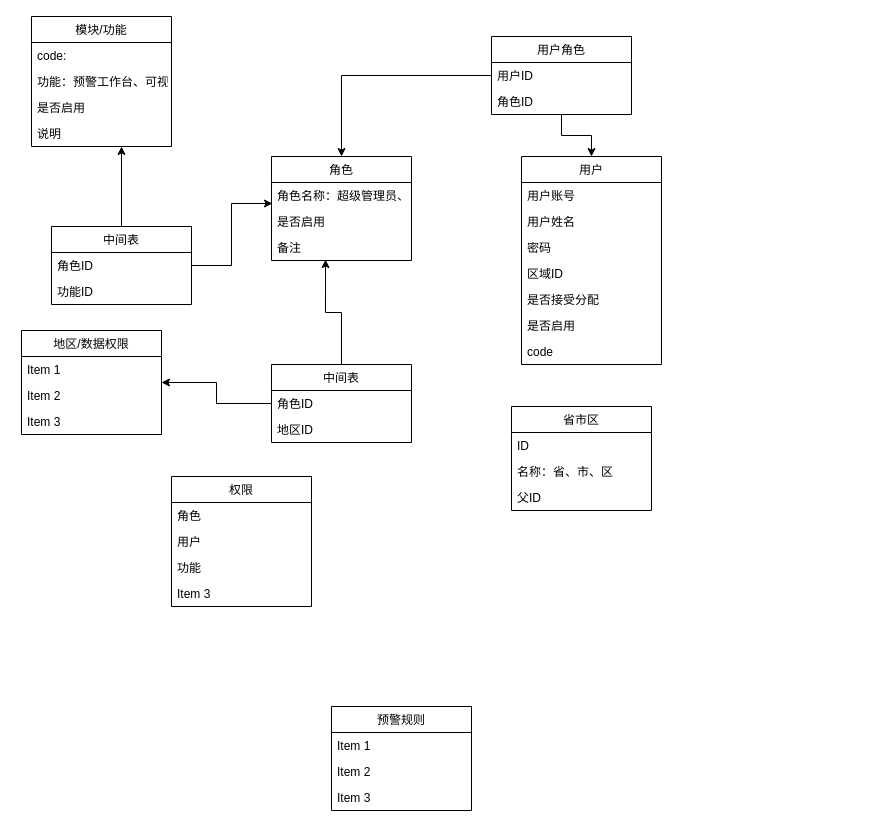
The draw.io diagram Untitled Diagram.drawio in n78www/testRepository, before the edit. Source tidied: cells renumbered, new cells numbered last; positions are measured from the earlier drawing's top-left corner, leaving out a move shared by most shapes. Both pictures are drawn from the tidied source at 100%, with x=0, y=0 at pixel (21, 16).
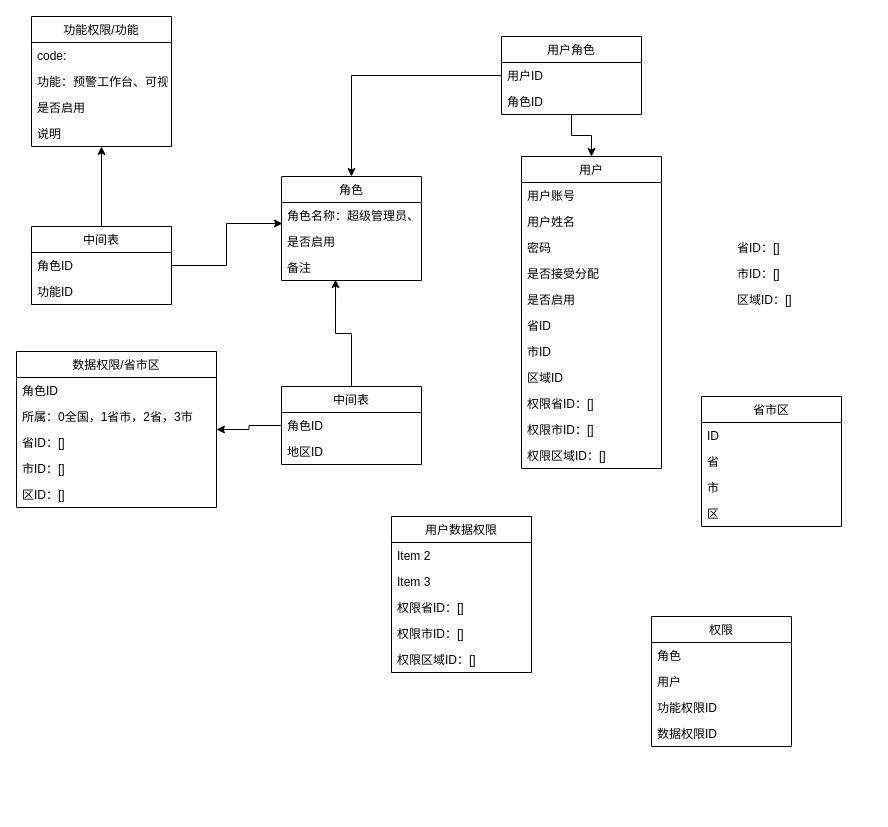
After the change.

What changed in the source:
```diff
@@
     <mxCell id="4" value="用户角色" style="swimlane;fontStyle=0;horizontal=1;startSize=26;" parent="1" vertex="1">
-      <mxGeometry x="470" y="20" width="140" height="78" as="geometry" />
+      <mxGeometry x="480" y="20" width="140" height="78" as="geometry" />
     </mxCell>
@@
     <mxCell id="7" value="用户" style="swimlane;fontStyle=0;horizontal=1;startSize=26;" parent="1" vertex="1">
-      <mxGeometry x="500" y="140" width="140" height="208" as="geometry" />
+      <mxGeometry x="500" y="140" width="140" height="312" as="geometry" />
     </mxCell>
@@
-    <mxCell id="11" value="区域ID" style="text;strokeColor=none;fillColor=none;align=left;verticalAlign=top;spacingLeft=4;spacingRight=4;overflow=hidden;" parent="7" vertex="1">
-      <mxGeometry y="104" width="140" height="26" as="geometry" />
-    </mxCell>
     <mxCell id="12" value="是否接受分配" style="text;strokeColor=none;fillColor=none;align=left;verticalAlign=top;spacingLeft=4;spacingRight=4;overflow=hidden;" parent="7" vertex="1">
-      <mxGeometry y="130" width="140" height="26" as="geometry" />
+      <mxGeometry y="104" width="140" height="26" as="geometry" />
     </mxCell>
     <mxCell id="13" value="是否启用" style="text;strokeColor=none;fillColor=none;align=left;verticalAlign=top;spacingLeft=4;spacingRight=4;overflow=hidden;" parent="7" vertex="1">
-      <mxGeometry y="156" width="140" height="26" as="geometry" />
+      <mxGeometry y="130" width="140" height="26" as="geometry" />
     </mxCell>
-    <mxCell id="14" value="code" style="text;strokeColor=none;fillColor=none;align=left;verticalAlign=top;spacingLeft=4;spacingRight=4;overflow=hidden;" parent="7" vertex="1">
-      <mxGeometry y="182" width="140" height="26" as="geometry" />
-    </mxCell>
+    <mxCell id="51" value="省ID" style="text;strokeColor=none;fillColor=none;align=left;verticalAlign=top;spacingLeft=4;spacingRight=4;overflow=hidden;" parent="7" vertex="1">
+      <mxGeometry y="156" width="140" height="26" as="geometry" />
+    </mxCell>
+    <mxCell id="52" value="市ID" style="text;strokeColor=none;fillColor=none;align=left;verticalAlign=top;spacingLeft=4;spacingRight=4;overflow=hidden;" parent="7" vertex="1">
+      <mxGeometry y="182" width="140" height="26" as="geometry" />
+    </mxCell>
+    <mxCell id="53" value="区域ID" style="text;strokeColor=none;fillColor=none;align=left;verticalAlign=top;spacingLeft=4;spacingRight=4;overflow=hidden;" parent="7" vertex="1">
+      <mxGeometry y="208" width="140" height="26" as="geometry" />
+    </mxCell>
+    <mxCell id="54" value="权限省ID：[]" style="text;strokeColor=none;fillColor=none;align=left;verticalAlign=top;spacingLeft=4;spacingRight=4;overflow=hidden;" parent="7" vertex="1">
+      <mxGeometry y="234" width="140" height="26" as="geometry" />
+    </mxCell>
+    <mxCell id="55" value="权限市ID：[]" style="text;strokeColor=none;fillColor=none;align=left;verticalAlign=top;spacingLeft=4;spacingRight=4;overflow=hidden;" parent="7" vertex="1">
+      <mxGeometry y="260" width="140" height="26" as="geometry" />
+    </mxCell>
+    <mxCell id="11" value="权限区域ID：[]" style="text;strokeColor=none;fillColor=none;align=left;verticalAlign=top;spacingLeft=4;spacingRight=4;overflow=hidden;" parent="7" vertex="1">
+      <mxGeometry y="286" width="140" height="26" as="geometry" />
+    </mxCell>
-    <mxCell id="15" value="地区/数据权限" style="swimlane;fontStyle=0;horizontal=1;startSize=26;" parent="1" vertex="1">
-      <mxGeometry y="314" width="140" height="104" as="geometry" />
+    <mxCell id="15" value="数据权限/省市区" style="swimlane;fontStyle=0;horizontal=1;startSize=26;" parent="1" vertex="1">
+      <mxGeometry x="-5" y="335" width="200" height="156" as="geometry" />
     </mxCell>
-    <mxCell id="16" value="Item 1" style="text;strokeColor=none;fillColor=none;align=left;verticalAlign=top;spacingLeft=4;spacingRight=4;overflow=hidden;" parent="15" vertex="1">
-      <mxGeometry y="26" width="140" height="26" as="geometry" />
+    <mxCell id="16" value="角色ID" style="text;strokeColor=none;fillColor=none;align=left;verticalAlign=top;spacingLeft=4;spacingRight=4;overflow=hidden;" parent="15" vertex="1">
+      <mxGeometry y="26" width="200" height="26" as="geometry" />
     </mxCell>
-    <mxCell id="17" value="Item 2" style="text;strokeColor=none;fillColor=none;align=left;verticalAlign=top;spacingLeft=4;spacingRight=4;overflow=hidden;" parent="15" vertex="1">
-      <mxGeometry y="52" width="140" height="26" as="geometry" />
+    <mxCell id="17" value="所属：0全国，1省市，2省，3市" style="text;strokeColor=none;fillColor=none;align=left;verticalAlign=top;spacingLeft=4;spacingRight=4;overflow=hidden;" parent="15" vertex="1">
+      <mxGeometry y="52" width="200" height="26" as="geometry" />
     </mxCell>
-    <mxCell id="18" value="Item 3" style="text;strokeColor=none;fillColor=none;align=left;verticalAlign=top;spacingLeft=4;spacingRight=4;overflow=hidden;" parent="15" vertex="1">
-      <mxGeometry y="78" width="140" height="26" as="geometry" />
-    </mxCell>
-    <mxCell id="19" value="预警规则" style="swimlane;fontStyle=0;horizontal=1;startSize=26;fillColor=none;" parent="1" vertex="1">
-      <mxGeometry x="310" y="690" width="140" height="104" as="geometry" />
-    </mxCell>
-    <mxCell id="20" value="Item 1" style="text;strokeColor=none;fillColor=none;align=left;verticalAlign=top;spacingLeft=4;spacingRight=4;overflow=hidden;" parent="19" vertex="1">
-      <mxGeometry y="26" width="140" height="26" as="geometry" />
-    </mxCell>
-    <mxCell id="21" value="Item 2" style="text;strokeColor=none;fillColor=none;align=left;verticalAlign=top;spacingLeft=4;spacingRight=4;overflow=hidden;" parent="19" vertex="1">
-      <mxGeometry y="52" width="140" height="26" as="geometry" />
-    </mxCell>
-    <mxCell id="22" value="Item 3" style="text;strokeColor=none;fillColor=none;align=left;verticalAlign=top;spacingLeft=4;spacingRight=4;overflow=hidden;" parent="19" vertex="1">
-      <mxGeometry y="78" width="140" height="26" as="geometry" />
-    </mxCell>
+    <mxCell id="56" value="省ID：[]" style="text;strokeColor=none;fillColor=none;align=left;verticalAlign=top;spacingLeft=4;spacingRight=4;overflow=hidden;" parent="15" vertex="1">
+      <mxGeometry y="78" width="200" height="26" as="geometry" />
+    </mxCell>
+    <mxCell id="57" value="市ID：[]" style="text;strokeColor=none;fillColor=none;align=left;verticalAlign=top;spacingLeft=4;spacingRight=4;overflow=hidden;" parent="15" vertex="1">
+      <mxGeometry y="104" width="200" height="26" as="geometry" />
+    </mxCell>
+    <mxCell id="58" value="区ID：[]" style="text;strokeColor=none;fillColor=none;align=left;verticalAlign=top;spacingLeft=4;spacingRight=4;overflow=hidden;" parent="15" vertex="1">
+      <mxGeometry y="130" width="200" height="26" as="geometry" />
+    </mxCell>
@@
     <mxCell id="24" value="角色" style="swimlane;fontStyle=0;horizontal=1;startSize=26;" parent="1" vertex="1">
-      <mxGeometry x="250" y="140" width="140" height="104" as="geometry" />
+      <mxGeometry x="260" y="160" width="140" height="104" as="geometry" />
     </mxCell>
@@
-    <mxCell id="28" value="模块/功能" style="swimlane;fontStyle=0;horizontal=1;startSize=26;" parent="1" vertex="1">
+    <mxCell id="28" value="功能权限/功能" style="swimlane;fontStyle=0;horizontal=1;startSize=26;" parent="1" vertex="1">
       <mxGeometry x="10" width="140" height="130" as="geometry" />
     </mxCell>
@@
     <mxCell id="33" value="省市区" style="swimlane;fontStyle=0;horizontal=1;startSize=26;fillColor=none;" parent="1" vertex="1">
-      <mxGeometry x="490" y="390" width="140" height="104" as="geometry" />
+      <mxGeometry x="680" y="380" width="140" height="130" as="geometry" />
     </mxCell>
@@
-    <mxCell id="35" value="名称：省、市、区" style="text;strokeColor=none;fillColor=none;align=left;verticalAlign=top;spacingLeft=4;spacingRight=4;overflow=hidden;" parent="33" vertex="1">
-      <mxGeometry y="52" width="140" height="26" as="geometry" />
-    </mxCell>
-    <mxCell id="36" value="父ID" style="text;strokeColor=none;fillColor=none;align=left;verticalAlign=top;spacingLeft=4;spacingRight=4;overflow=hidden;" parent="33" vertex="1">
-      <mxGeometry y="78" width="140" height="26" as="geometry" />
-    </mxCell>
+    <mxCell id="59" value="省" style="text;strokeColor=none;fillColor=none;align=left;verticalAlign=top;spacingLeft=4;spacingRight=4;overflow=hidden;" parent="33" vertex="1">
+      <mxGeometry y="52" width="140" height="26" as="geometry" />
+    </mxCell>
+    <mxCell id="60" value="市" style="text;strokeColor=none;fillColor=none;align=left;verticalAlign=top;spacingLeft=4;spacingRight=4;overflow=hidden;" parent="33" vertex="1">
+      <mxGeometry y="78" width="140" height="26" as="geometry" />
+    </mxCell>
+    <mxCell id="61" value="区" style="text;strokeColor=none;fillColor=none;align=left;verticalAlign=top;spacingLeft=4;spacingRight=4;overflow=hidden;" parent="33" vertex="1">
+      <mxGeometry y="104" width="140" height="26" as="geometry" />
+    </mxCell>
@@
     <mxCell id="38" value="中间表" style="swimlane;fontStyle=0;horizontal=1;startSize=26;fillColor=none;" parent="1" vertex="1">
-      <mxGeometry x="30" y="210" width="140" height="78" as="geometry" />
+      <mxGeometry x="10" y="210" width="140" height="78" as="geometry" />
     </mxCell>
@@
     <mxCell id="42" value="中间表" style="swimlane;fontStyle=0;horizontal=1;startSize=26;fillColor=none;" parent="1" vertex="1">
-      <mxGeometry x="250" y="348" width="140" height="78" as="geometry" />
+      <mxGeometry x="260" y="370" width="140" height="78" as="geometry" />
     </mxCell>
@@
     <mxCell id="46" value="权限" style="swimlane;fontStyle=0;horizontal=1;startSize=26;fillColor=none;" parent="1" vertex="1">
-      <mxGeometry x="150" y="460" width="140" height="130" as="geometry" />
+      <mxGeometry x="630" y="600" width="140" height="130" as="geometry" />
     </mxCell>
@@
-    <mxCell id="49" value="功能" style="text;strokeColor=none;fillColor=none;align=left;verticalAlign=top;spacingLeft=4;spacingRight=4;overflow=hidden;" parent="46" vertex="1">
+    <mxCell id="49" value="功能权限ID" style="text;strokeColor=none;fillColor=none;align=left;verticalAlign=top;spacingLeft=4;spacingRight=4;overflow=hidden;" parent="46" vertex="1">
       <mxGeometry y="78" width="140" height="26" as="geometry" />
     </mxCell>
-    <mxCell id="50" value="Item 3" style="text;strokeColor=none;fillColor=none;align=left;verticalAlign=top;spacingLeft=4;spacingRight=4;overflow=hidden;" parent="46" vertex="1">
+    <mxCell id="50" value="数据权限ID" style="text;strokeColor=none;fillColor=none;align=left;verticalAlign=top;spacingLeft=4;spacingRight=4;overflow=hidden;" parent="46" vertex="1">
       <mxGeometry y="104" width="140" height="26" as="geometry" />
     </mxCell>
+    <mxCell id="62" value="省ID：[]" style="text;strokeColor=none;fillColor=none;align=left;verticalAlign=top;spacingLeft=4;spacingRight=4;overflow=hidden;" parent="1" vertex="1">
+      <mxGeometry x="710" y="218" width="140" height="26" as="geometry" />
+    </mxCell>
+    <mxCell id="63" value="市ID：[]" style="text;strokeColor=none;fillColor=none;align=left;verticalAlign=top;spacingLeft=4;spacingRight=4;overflow=hidden;" parent="1" vertex="1">
+      <mxGeometry x="710" y="244" width="140" height="26" as="geometry" />
+    </mxCell>
+    <mxCell id="64" value="区域ID：[]" style="text;strokeColor=none;fillColor=none;align=left;verticalAlign=top;spacingLeft=4;spacingRight=4;overflow=hidden;" parent="1" vertex="1">
+      <mxGeometry x="710" y="270" width="140" height="26" as="geometry" />
+    </mxCell>
+    <mxCell id="65" value="用户数据权限" style="swimlane;fontStyle=0;horizontal=1;startSize=26;" parent="1" vertex="1">
+      <mxGeometry x="370" y="500" width="140" height="156" as="geometry" />
+    </mxCell>
+    <mxCell id="21" value="Item 2" style="text;strokeColor=none;fillColor=none;align=left;verticalAlign=top;spacingLeft=4;spacingRight=4;overflow=hidden;" parent="65" vertex="1">
+      <mxGeometry y="26" width="140" height="26" as="geometry" />
+    </mxCell>
+    <mxCell id="66" value="Item 3" style="text;strokeColor=none;fillColor=none;align=left;verticalAlign=top;spacingLeft=4;spacingRight=4;overflow=hidden;" parent="65" vertex="1">
+      <mxGeometry y="52" width="140" height="26" as="geometry" />
+    </mxCell>
+    <mxCell id="67" value="权限省ID：[]" style="text;strokeColor=none;fillColor=none;align=left;verticalAlign=top;spacingLeft=4;spacingRight=4;overflow=hidden;" parent="65" vertex="1">
+      <mxGeometry y="78" width="140" height="26" as="geometry" />
+    </mxCell>
+    <mxCell id="68" value="权限市ID：[]" style="text;strokeColor=none;fillColor=none;align=left;verticalAlign=top;spacingLeft=4;spacingRight=4;overflow=hidden;" parent="65" vertex="1">
+      <mxGeometry y="104" width="140" height="26" as="geometry" />
+    </mxCell>
+    <mxCell id="69" value="权限区域ID：[]" style="text;strokeColor=none;fillColor=none;align=left;verticalAlign=top;spacingLeft=4;spacingRight=4;overflow=hidden;" parent="65" vertex="1">
+      <mxGeometry y="130" width="140" height="26" as="geometry" />
+    </mxCell>
```
